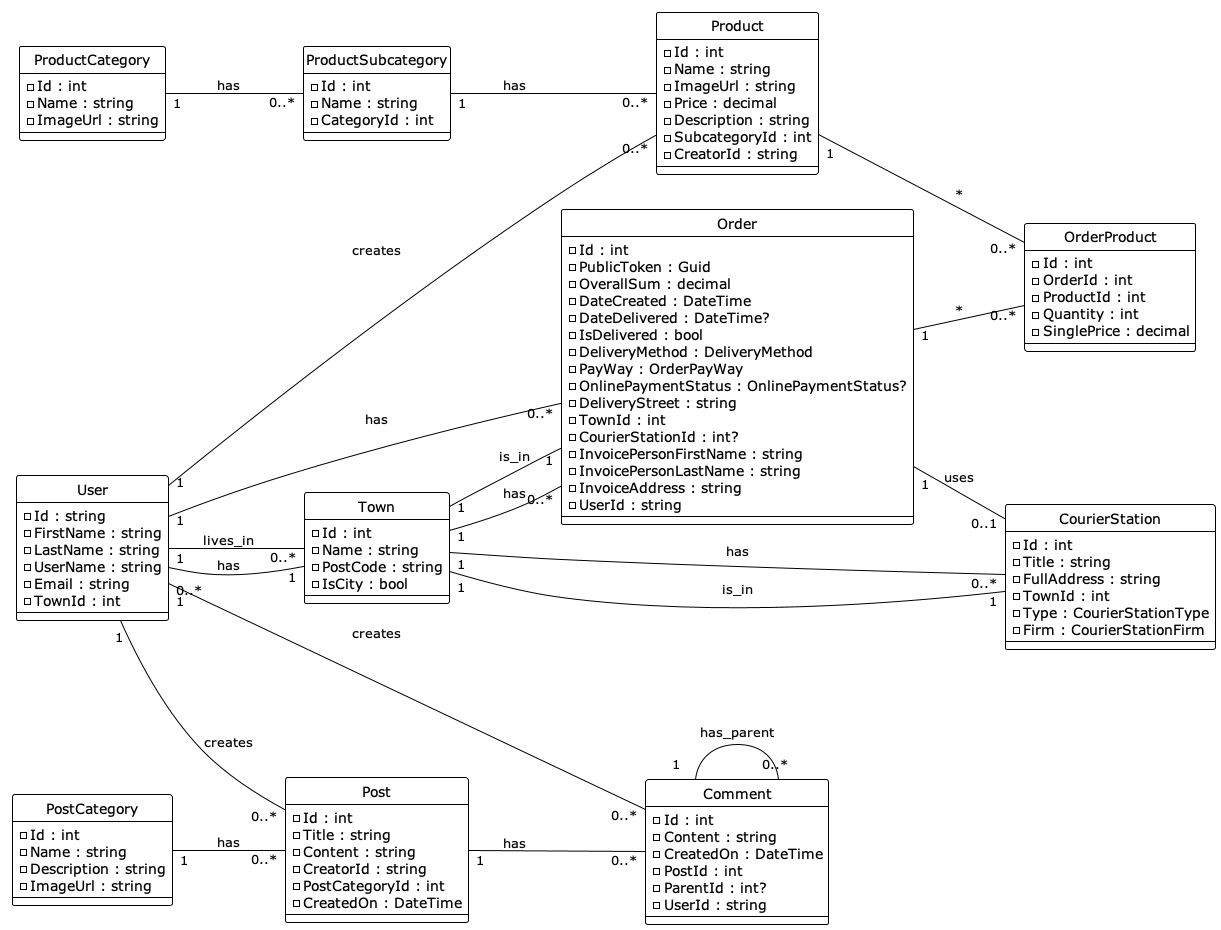
Kras13/AutoParts_ShopAndForum keeps this PlantUML diagram as Diagrams/out/5.System design/MainClass/MainClass.png. Above is the earlier version. The source it was exported from:
```plantuml
@startuml
!theme plain
hide circle
left to right direction

class User {
    - Id : string
    - FirstName : string
    - LastName : string
    - UserName : string
    - Email : string
    - TownId : int
}

class Town {
    - Id : int
    - Name : string
    - PostCode : string
    - IsCity : bool
}

class Product {
    - Id : int
    - Name : string
    - ImageUrl : string
    - Price : decimal
    - Description : string
    - SubcategoryId : int
    - CreatorId : string
}

class ProductCategory {
    - Id : int
    - Name : string
    - ImageUrl : string
}

class ProductSubcategory {
    - Id : int
    - Name : string
    - CategoryId : int
}

class Order {
    - Id : int
    - PublicToken : Guid
    - OverallSum : decimal
    - DateCreated : DateTime
    - DateDelivered : DateTime?
    - IsDelivered : bool
    - DeliveryMethod : DeliveryMethod
    - PayWay : OrderPayWay
    - OnlinePaymentStatus : OnlinePaymentStatus?
    - DeliveryStreet : string
    - TownId : int
    - CourierStationId : int?
    - InvoicePersonFirstName : string
    - InvoicePersonLastName : string
    - InvoiceAddress : string
    - UserId : string
}

class OrderProduct {
    - Id : int
    - OrderId : int
    - ProductId : int
    - Quantity : int
    - SinglePrice : decimal
}

class Post {
    - Id : int
    - Title : string
    - Content : string
    - CreatorId : string
    - PostCategoryId : int
    - CreatedOn : DateTime
}

class PostCategory {
    - Id : int
    - Name : string
    - Description : string
    - ImageUrl : string
}

class Comment {
    - Id : int
    - Content : string
    - CreatedOn : DateTime
    - PostId : int
    - ParentId : int?
    - UserId : string
}

class CourierStation {
    - Id : int
    - Title : string
    - FullAddress : string
    - TownId : int
    - Type : CourierStationType
    - Firm : CourierStationFirm
}

User "1" -- "0..*" Order : has
User "1" -- "0..*" Post : creates
User "1" -- "0..*" Comment : creates
User "1" -- "0..*" Product : creates
User "1" -- "0..*" Town : lives_in
Town "1" -- "0..*" User : has
Town "1" -- "0..*" Order : has
Town "1" -- "0..*" CourierStation : has
ProductCategory "1" -- "0..*" ProductSubcategory : has
ProductSubcategory "1" -- "0..*" Product : has
Product "1" -- "0..*" OrderProduct : *
Order "1" -- "0..*" OrderProduct : *
PostCategory "1" -- "0..*" Post : has
Post "1" -- "0..*" Comment : has
Comment "1" -- "0..*" Comment : has_parent
Order "1" -- "1" Town : is_in
Order "1" -- "0..1" CourierStation : uses
CourierStation "1" -- "1" Town : is_in
@enduml
```
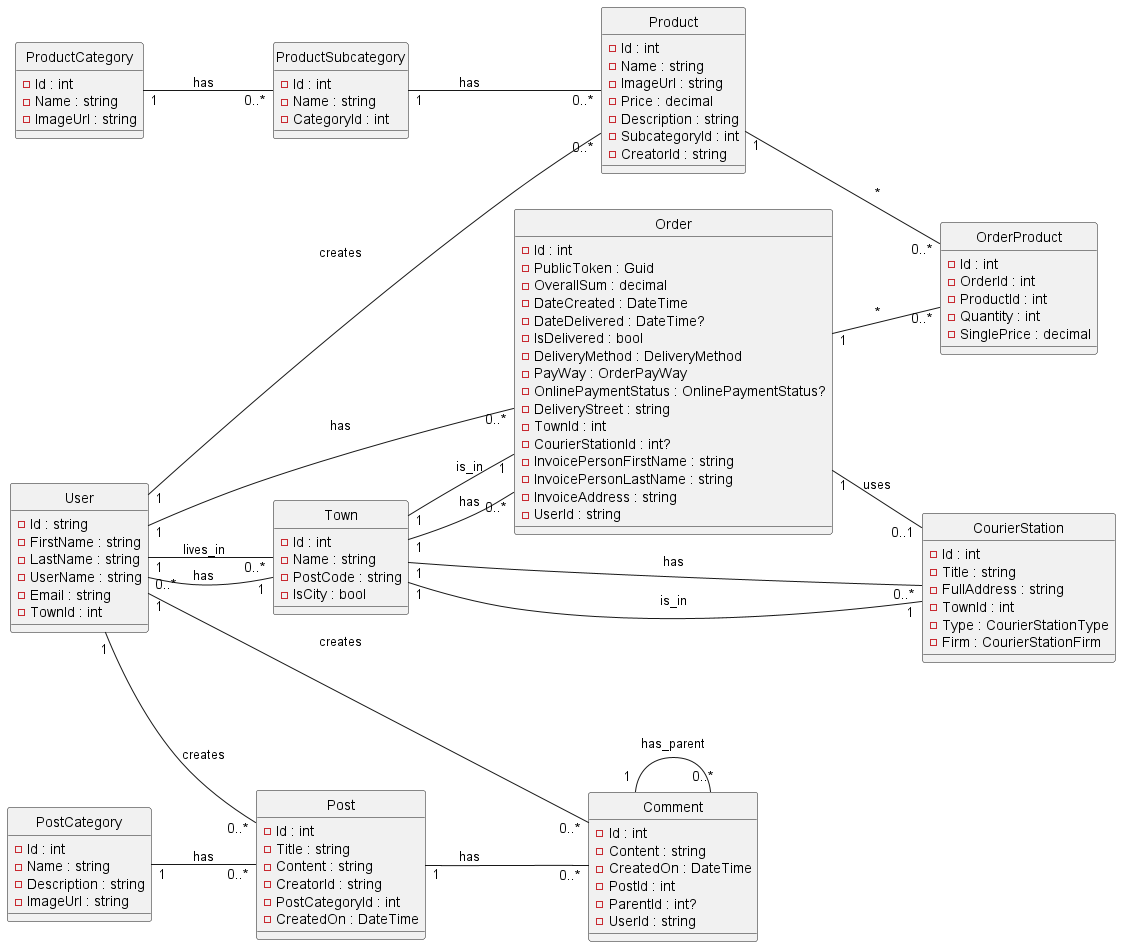
After the commit.

The edit, as a diff of the source:
```diff
@@ -1,5 +1,4 @@
-@startuml
-!theme plain
+@startuml MainClass
 hide circle
 left to right direction
 
```
